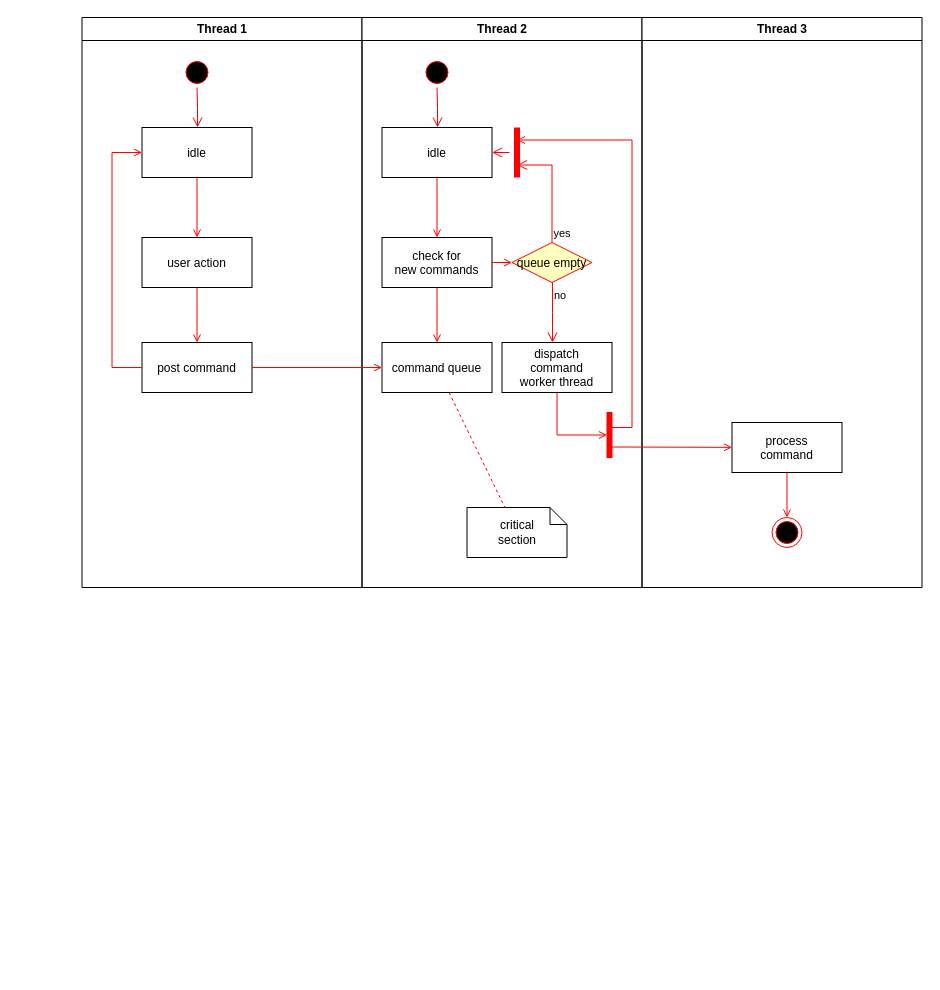
MostafaKadry/MostafaKadry keeps this draw.io diagram as Untitled Diagram.drawio. Above is the earlier version. Source tidied: cells renumbered, new cells numbered last; positions are measured from the earlier drawing's top-left corner, leaving out a move shared by most shapes. Both pictures are drawn from the tidied source at 100%, with x=0, y=0 at pixel (81, 17).
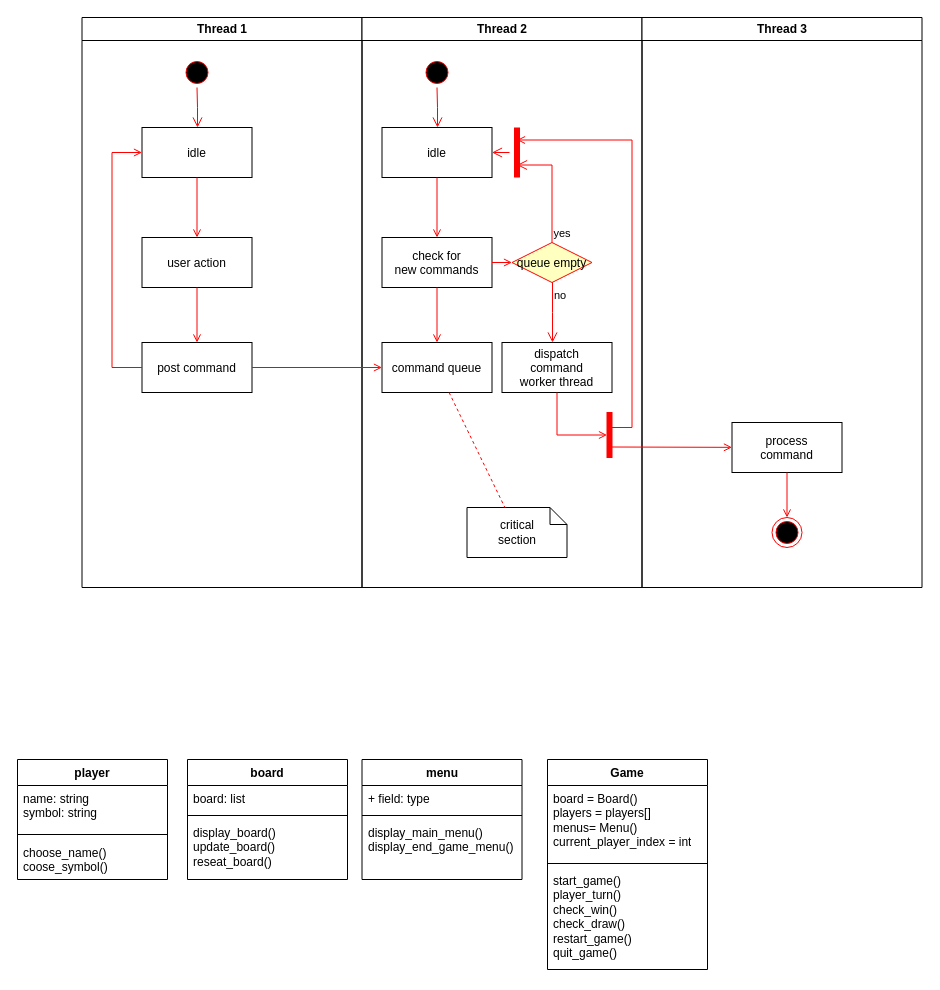
The same page after the edit.

Diff of the diagram source:
```diff
@@
+    <mxCell id="37" value="player" style="swimlane;fontStyle=1;align=center;verticalAlign=top;horizontal=1;startSize=26;whiteSpace=wrap;html=1;" parent="1" vertex="1">
+      <mxGeometry x="-64" y="742" width="150" height="120" as="geometry" />
+    </mxCell>
+    <mxCell id="38" value="name: string&lt;div&gt;symbol: string&lt;/div&gt;" style="text;strokeColor=none;fillColor=none;align=left;verticalAlign=top;spacingLeft=4;spacingRight=4;overflow=hidden;whiteSpace=wrap;html=1;" parent="37" vertex="1">
+      <mxGeometry y="26" width="150" height="44" as="geometry" />
+    </mxCell>
+    <mxCell id="39" style="line;strokeWidth=1;fillColor=none;align=left;verticalAlign=middle;spacingTop=-1;spacingLeft=3;spacingRight=3;labelPosition=right;strokeColor=inherit;" parent="37" vertex="1">
+      <mxGeometry y="70" width="150" height="10" as="geometry" />
+    </mxCell>
+    <mxCell id="40" value="choose_name()&lt;div&gt;coose_symbol()&lt;/div&gt;" style="text;strokeColor=none;fillColor=none;align=left;verticalAlign=top;spacingLeft=4;spacingRight=4;overflow=hidden;whiteSpace=wrap;html=1;" parent="37" vertex="1">
+      <mxGeometry y="80" width="150" height="40" as="geometry" />
+    </mxCell>
+    <mxCell id="41" value="board" style="swimlane;fontStyle=1;align=center;verticalAlign=top;horizontal=1;startSize=26;whiteSpace=wrap;html=1;" parent="1" vertex="1">
+      <mxGeometry x="106" y="742" width="160" height="120" as="geometry" />
+    </mxCell>
+    <mxCell id="42" value="board: list" style="text;strokeColor=none;fillColor=none;align=left;verticalAlign=top;spacingLeft=4;spacingRight=4;overflow=hidden;whiteSpace=wrap;html=1;" parent="41" vertex="1">
+      <mxGeometry y="26" width="160" height="26" as="geometry" />
+    </mxCell>
+    <mxCell id="43" style="line;strokeWidth=1;fillColor=none;align=left;verticalAlign=middle;spacingTop=-1;spacingLeft=3;spacingRight=3;labelPosition=right;strokeColor=inherit;" parent="41" vertex="1">
+      <mxGeometry y="52" width="160" height="8" as="geometry" />
+    </mxCell>
+    <mxCell id="44" value="display_board()&lt;div&gt;update_board()&lt;/div&gt;&lt;div&gt;reseat_board()&lt;/div&gt;" style="text;strokeColor=none;fillColor=none;align=left;verticalAlign=top;spacingLeft=4;spacingRight=4;overflow=hidden;whiteSpace=wrap;html=1;" parent="41" vertex="1">
+      <mxGeometry y="60" width="160" height="60" as="geometry" />
+    </mxCell>
+    <mxCell id="45" value="menu" style="swimlane;fontStyle=1;align=center;verticalAlign=top;horizontal=1;startSize=26;whiteSpace=wrap;html=1;" parent="1" vertex="1">
+      <mxGeometry x="280.5" y="742" width="160" height="120" as="geometry" />
+    </mxCell>
+    <mxCell id="46" value="+ field: type" style="text;strokeColor=none;fillColor=none;align=left;verticalAlign=top;spacingLeft=4;spacingRight=4;overflow=hidden;whiteSpace=wrap;html=1;" parent="45" vertex="1">
+      <mxGeometry y="26" width="160" height="26" as="geometry" />
+    </mxCell>
+    <mxCell id="47" style="line;strokeWidth=1;fillColor=none;align=left;verticalAlign=middle;spacingTop=-1;spacingLeft=3;spacingRight=3;labelPosition=right;strokeColor=inherit;" parent="45" vertex="1">
+      <mxGeometry y="52" width="160" height="8" as="geometry" />
+    </mxCell>
+    <mxCell id="48" value="display_main_menu()&lt;div&gt;display_end_game_menu()&lt;/div&gt;" style="text;strokeColor=none;fillColor=none;align=left;verticalAlign=top;spacingLeft=4;spacingRight=4;overflow=hidden;whiteSpace=wrap;html=1;" parent="45" vertex="1">
+      <mxGeometry y="60" width="160" height="60" as="geometry" />
+    </mxCell>
+    <mxCell id="49" value="Game" style="swimlane;fontStyle=1;align=center;verticalAlign=top;horizontal=1;startSize=26;whiteSpace=wrap;html=1;" parent="1" vertex="1">
+      <mxGeometry x="466" y="742" width="160" height="210" as="geometry" />
+    </mxCell>
+    <mxCell id="50" value="board = Board()&lt;div&gt;players = players[]&lt;/div&gt;&lt;div&gt;menus= Menu()&lt;/div&gt;&lt;div&gt;current_player_index = int&lt;/div&gt;" style="text;strokeColor=none;fillColor=none;align=left;verticalAlign=top;spacingLeft=4;spacingRight=4;overflow=hidden;whiteSpace=wrap;html=1;" parent="49" vertex="1">
+      <mxGeometry y="26" width="160" height="74" as="geometry" />
+    </mxCell>
+    <mxCell id="51" style="line;strokeWidth=1;fillColor=none;align=left;verticalAlign=middle;spacingTop=-1;spacingLeft=3;spacingRight=3;labelPosition=right;strokeColor=inherit;" parent="49" vertex="1">
+      <mxGeometry y="100" width="160" height="8" as="geometry" />
+    </mxCell>
+    <mxCell id="52" value="start_game()&lt;div&gt;player_turn()&lt;/div&gt;&lt;div&gt;check_win()&lt;/div&gt;&lt;div&gt;check_draw()&lt;/div&gt;&lt;div&gt;restart_game()&lt;/div&gt;&lt;div&gt;quit_game()&lt;/div&gt;&lt;div&gt;&lt;br&gt;&lt;/div&gt;" style="text;strokeColor=none;fillColor=none;align=left;verticalAlign=top;spacingLeft=4;spacingRight=4;overflow=hidden;whiteSpace=wrap;html=1;" parent="49" vertex="1">
+      <mxGeometry y="108" width="160" height="102" as="geometry" />
+    </mxCell>
```
